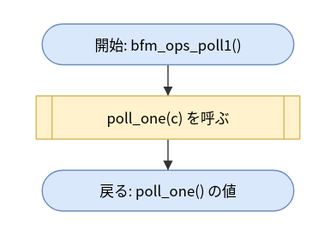
Before: doc/spec/images/flow_src_bfm_ops-bfm_ops_poll1.drawio.svg, a diagram exported from draw.io (hf355051012-ai/bfmem). Source tidied: cells renumbered, new cells last; positions are measured from the earlier drawing's top-left corner, leaving out a move shared by most shapes. Source of this version:
```xml
<mxGraphModel>
  <root>
    <mxCell id="0" />
    <mxCell id="1" parent="0" />
    <mxCell id="2" value="開始: bfm_ops_poll1()" style="rounded=1;arcSize=50;whiteSpace=wrap;html=1;fillColor=#dae8fc;strokeColor=#6c8ebf;" parent="1" vertex="1">
      <mxGeometry x="5" width="210" height="34" as="geometry" />
    </mxCell>
    <mxCell id="3" value="poll_one(c) を呼ぶ" style="shape=process;whiteSpace=wrap;html=1;backgroundOutline=1;size=0.06;fillColor=#fff2cc;strokeColor=#d6b656;" parent="1" vertex="1">
      <mxGeometry y="60" width="220" height="36" as="geometry" />
    </mxCell>
    <mxCell id="4" value="戻る: poll_one() の値" style="rounded=1;arcSize=50;whiteSpace=wrap;html=1;fillColor=#dae8fc;strokeColor=#6c8ebf;" parent="1" vertex="1">
      <mxGeometry x="5" y="122" width="210" height="34" as="geometry" />
    </mxCell>
    <mxCell id="5" style="edgeStyle=none;html=1;rounded=0;endArrow=block;endFill=1;exitX=0.5000;exitY=1.0000;exitDx=0;exitDy=0;exitPerimeter=0;entryX=0.5000;entryY=0.0000;entryDx=0;entryDy=0;entryPerimeter=0;" parent="1" edge="1" source="2" target="3">
      <mxGeometry relative="1" as="geometry" />
    </mxCell>
    <mxCell id="6" style="edgeStyle=none;html=1;rounded=0;endArrow=block;endFill=1;exitX=0.5000;exitY=1.0000;exitDx=0;exitDy=0;exitPerimeter=0;entryX=0.5000;entryY=0.0000;entryDx=0;entryDy=0;entryPerimeter=0;" parent="1" edge="1" source="3" target="4">
      <mxGeometry relative="1" as="geometry" />
    </mxCell>
  </root>
</mxGraphModel>
```
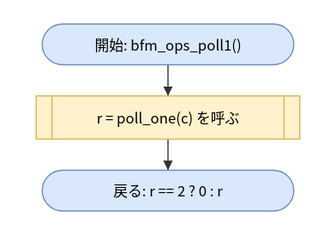
After the commit.

Diff of the diagram source:
```diff
@@ -5,10 +5,10 @@
     <mxCell id="2" value="開始: bfm_ops_poll1()" style="rounded=1;arcSize=50;whiteSpace=wrap;html=1;fillColor=#dae8fc;strokeColor=#6c8ebf;" parent="1" vertex="1">
       <mxGeometry x="5" width="210" height="34" as="geometry" />
     </mxCell>
-    <mxCell id="3" value="poll_one(c) を呼ぶ" style="shape=process;whiteSpace=wrap;html=1;backgroundOutline=1;size=0.06;fillColor=#fff2cc;strokeColor=#d6b656;" parent="1" vertex="1">
+    <mxCell id="3" value="r = poll_one(c) を呼ぶ" style="shape=process;whiteSpace=wrap;html=1;backgroundOutline=1;size=0.06;fillColor=#fff2cc;strokeColor=#d6b656;" parent="1" vertex="1">
       <mxGeometry y="60" width="220" height="36" as="geometry" />
     </mxCell>
-    <mxCell id="4" value="戻る: poll_one() の値" style="rounded=1;arcSize=50;whiteSpace=wrap;html=1;fillColor=#dae8fc;strokeColor=#6c8ebf;" parent="1" vertex="1">
+    <mxCell id="4" value="戻る: r == 2 ? 0 : r" style="rounded=1;arcSize=50;whiteSpace=wrap;html=1;fillColor=#dae8fc;strokeColor=#6c8ebf;" parent="1" vertex="1">
       <mxGeometry x="5" y="122" width="210" height="34" as="geometry" />
     </mxCell>
     <mxCell id="5" style="edgeStyle=none;html=1;rounded=0;endArrow=block;endFill=1;exitX=0.5000;exitY=1.0000;exitDx=0;exitDy=0;exitPerimeter=0;entryX=0.5000;entryY=0.0000;entryDx=0;entryDy=0;entryPerimeter=0;" parent="1" edge="1" source="2" target="3">
```
